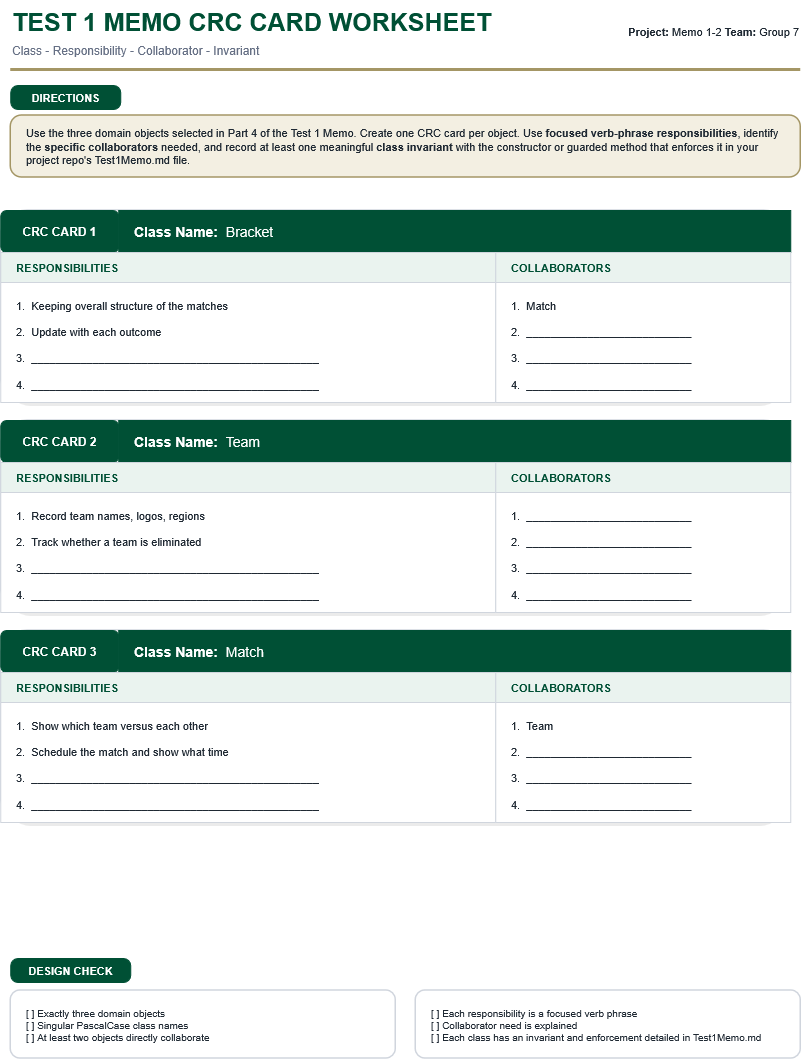
Before: Test1Memo_CRC_Card_Handout.drawio.png, a diagram exported from draw.io (linkevin03/Group-7-ITCS-3112). Source tidied: cells renumbered, new cells last; positions are measured from the earlier drawing's top-left corner, leaving out a move shared by most shapes.
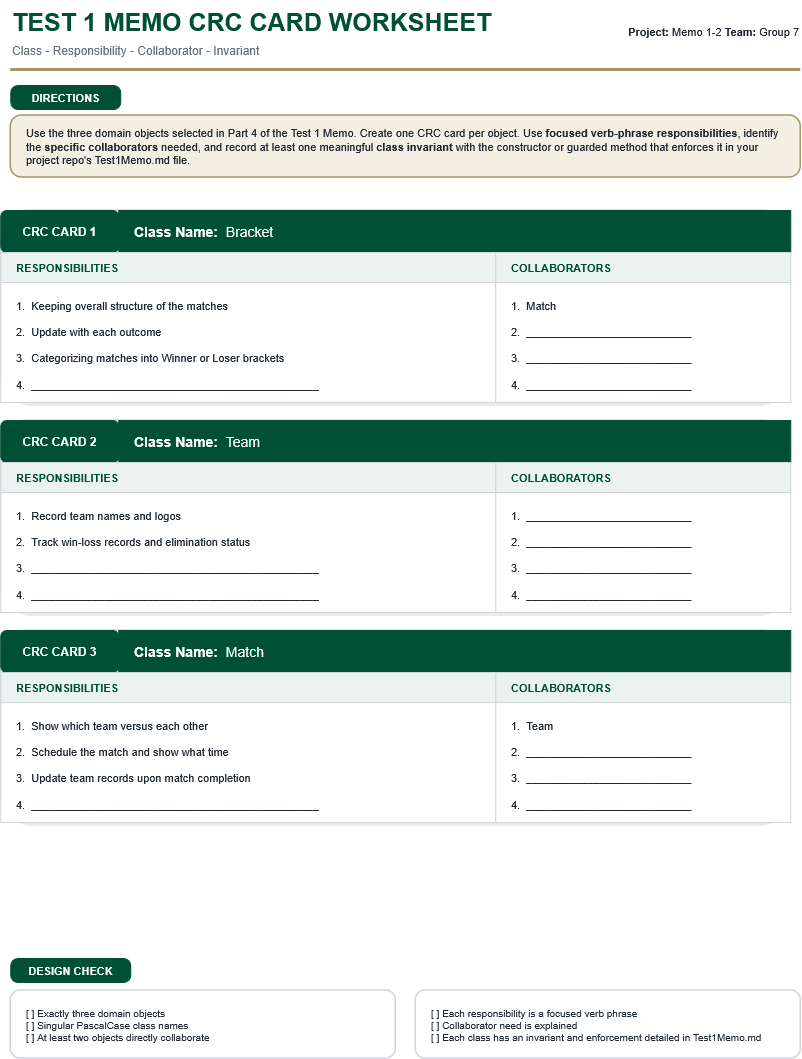
Later version of the same file.

Change to the diagram source:
```diff
@@ -47,7 +47,7 @@
     <mxCell id="16" value="COLLABORATORS" style="whiteSpace=wrap;html=1;fillColor=#EAF3EF;strokeColor=#D0D5DD;fontColor=#005035;fontSize=11;fontStyle=1;align=left;verticalAlign=middle;spacingLeft=14;" parent="1" vertex="1">
       <mxGeometry x="495" y="252" width="295" height="30" as="geometry" />
     </mxCell>
-    <mxCell id="17" value="1.&amp;nbsp; Keeping overall structure of the matches&lt;br&gt;&lt;br&gt;2.&amp;nbsp; Update with each outcome&lt;br&gt;&lt;br&gt;3.&amp;nbsp; _______________________________________________&lt;br&gt;&lt;br&gt;4.&amp;nbsp; _______________________________________________" style="whiteSpace=wrap;html=1;fillColor=#FFFFFF;strokeColor=#D0D5DD;fontColor=#1F2933;fontSize=11;align=left;verticalAlign=top;spacingTop=10;spacingLeft=14;" parent="1" vertex="1">
+    <mxCell id="17" value="1.&amp;nbsp; Keeping overall structure of the matches&lt;br&gt;&lt;br&gt;2.&amp;nbsp; Update with each outcome&lt;br&gt;&lt;br&gt;3.&amp;nbsp; Categorizing matches into Winner or Loser brackets&lt;br&gt;&lt;br&gt;4.&amp;nbsp; _______________________________________________" style="whiteSpace=wrap;html=1;fillColor=#FFFFFF;strokeColor=#D0D5DD;fontColor=#1F2933;fontSize=11;align=left;verticalAlign=top;spacingTop=10;spacingLeft=14;" parent="1" vertex="1">
       <mxGeometry y="282" width="495" height="120" as="geometry" />
     </mxCell>
     <mxCell id="18" value="1.&amp;nbsp; Match&lt;br&gt;&lt;br&gt;2.&amp;nbsp; ___________________________&lt;br&gt;&lt;br&gt;3.&amp;nbsp; ___________________________&lt;br&gt;&lt;br&gt;4.&amp;nbsp; ___________________________" style="whiteSpace=wrap;html=1;fillColor=#FFFFFF;strokeColor=#D0D5DD;fontColor=#1F2933;fontSize=11;align=left;verticalAlign=top;spacingTop=10;spacingLeft=14;" parent="1" vertex="1">
@@ -71,7 +71,7 @@
     <mxCell id="24" value="COLLABORATORS" style="whiteSpace=wrap;html=1;fillColor=#EAF3EF;strokeColor=#D0D5DD;fontColor=#005035;fontSize=11;fontStyle=1;align=left;verticalAlign=middle;spacingLeft=14;" parent="1" vertex="1">
       <mxGeometry x="495" y="462" width="295" height="30" as="geometry" />
     </mxCell>
-    <mxCell id="25" value="1.&amp;nbsp; Record team names, logos, regions&lt;br&gt;&lt;br&gt;2.&amp;nbsp; Track whether a team is eliminated&lt;br&gt;&lt;br&gt;3.&amp;nbsp; _______________________________________________&lt;br&gt;&lt;br&gt;4.&amp;nbsp; _______________________________________________" style="whiteSpace=wrap;html=1;fillColor=#FFFFFF;strokeColor=#D0D5DD;fontColor=#1F2933;fontSize=11;align=left;verticalAlign=top;spacingTop=10;spacingLeft=14;" parent="1" vertex="1">
+    <mxCell id="25" value="1.&amp;nbsp; Record team names and logos&lt;br&gt;&lt;br&gt;2.&amp;nbsp; Track win-loss records and elimination status&lt;br&gt;&lt;br&gt;3.&amp;nbsp; _______________________________________________&lt;br&gt;&lt;br&gt;4.&amp;nbsp; _______________________________________________" style="whiteSpace=wrap;html=1;fillColor=#FFFFFF;strokeColor=#D0D5DD;fontColor=#1F2933;fontSize=11;align=left;verticalAlign=top;spacingTop=10;spacingLeft=14;" parent="1" vertex="1">
       <mxGeometry y="492" width="495" height="120" as="geometry" />
     </mxCell>
     <mxCell id="26" value="1.&amp;nbsp; ___________________________&lt;br&gt;&lt;br&gt;2.&amp;nbsp; ___________________________&lt;br&gt;&lt;br&gt;3.&amp;nbsp; ___________________________&lt;br&gt;&lt;br&gt;4.&amp;nbsp; ___________________________" style="whiteSpace=wrap;html=1;fillColor=#FFFFFF;strokeColor=#D0D5DD;fontColor=#1F2933;fontSize=11;align=left;verticalAlign=top;spacingTop=10;spacingLeft=14;" parent="1" vertex="1">
@@ -95,7 +95,7 @@
     <mxCell id="32" value="COLLABORATORS" style="whiteSpace=wrap;html=1;fillColor=#EAF3EF;strokeColor=#D0D5DD;fontColor=#005035;fontSize=11;fontStyle=1;align=left;verticalAlign=middle;spacingLeft=14;" parent="1" vertex="1">
       <mxGeometry x="495" y="672" width="295" height="30" as="geometry" />
     </mxCell>
-    <mxCell id="33" value="1.&amp;nbsp; Show which team versus each other&lt;br&gt;&lt;br&gt;2.&amp;nbsp; Schedule the match and show what time&lt;br&gt;&lt;br&gt;3.&amp;nbsp; _______________________________________________&lt;br&gt;&lt;br&gt;4.&amp;nbsp; _______________________________________________" style="whiteSpace=wrap;html=1;fillColor=#FFFFFF;strokeColor=#D0D5DD;fontColor=#1F2933;fontSize=11;align=left;verticalAlign=top;spacingTop=10;spacingLeft=14;" parent="1" vertex="1">
+    <mxCell id="33" value="1.&amp;nbsp; Show which team versus each other&lt;br&gt;&lt;br&gt;2.&amp;nbsp; Schedule the match and show what time&lt;br&gt;&lt;br&gt;3.&amp;nbsp; Update team records upon match completion&lt;br&gt;&lt;br&gt;4.&amp;nbsp; _______________________________________________" style="whiteSpace=wrap;html=1;fillColor=#FFFFFF;strokeColor=#D0D5DD;fontColor=#1F2933;fontSize=11;align=left;verticalAlign=top;spacingTop=10;spacingLeft=14;" parent="1" vertex="1">
       <mxGeometry y="702" width="495" height="120" as="geometry" />
     </mxCell>
     <mxCell id="34" value="1.&amp;nbsp; Team&lt;br&gt;&lt;br&gt;2.&amp;nbsp; ___________________________&lt;br&gt;&lt;br&gt;3.&amp;nbsp; ___________________________&lt;br&gt;&lt;br&gt;4.&amp;nbsp; ___________________________" style="whiteSpace=wrap;html=1;fillColor=#FFFFFF;strokeColor=#D0D5DD;fontColor=#1F2933;fontSize=11;align=left;verticalAlign=top;spacingTop=10;spacingLeft=14;" parent="1" vertex="1">
```
